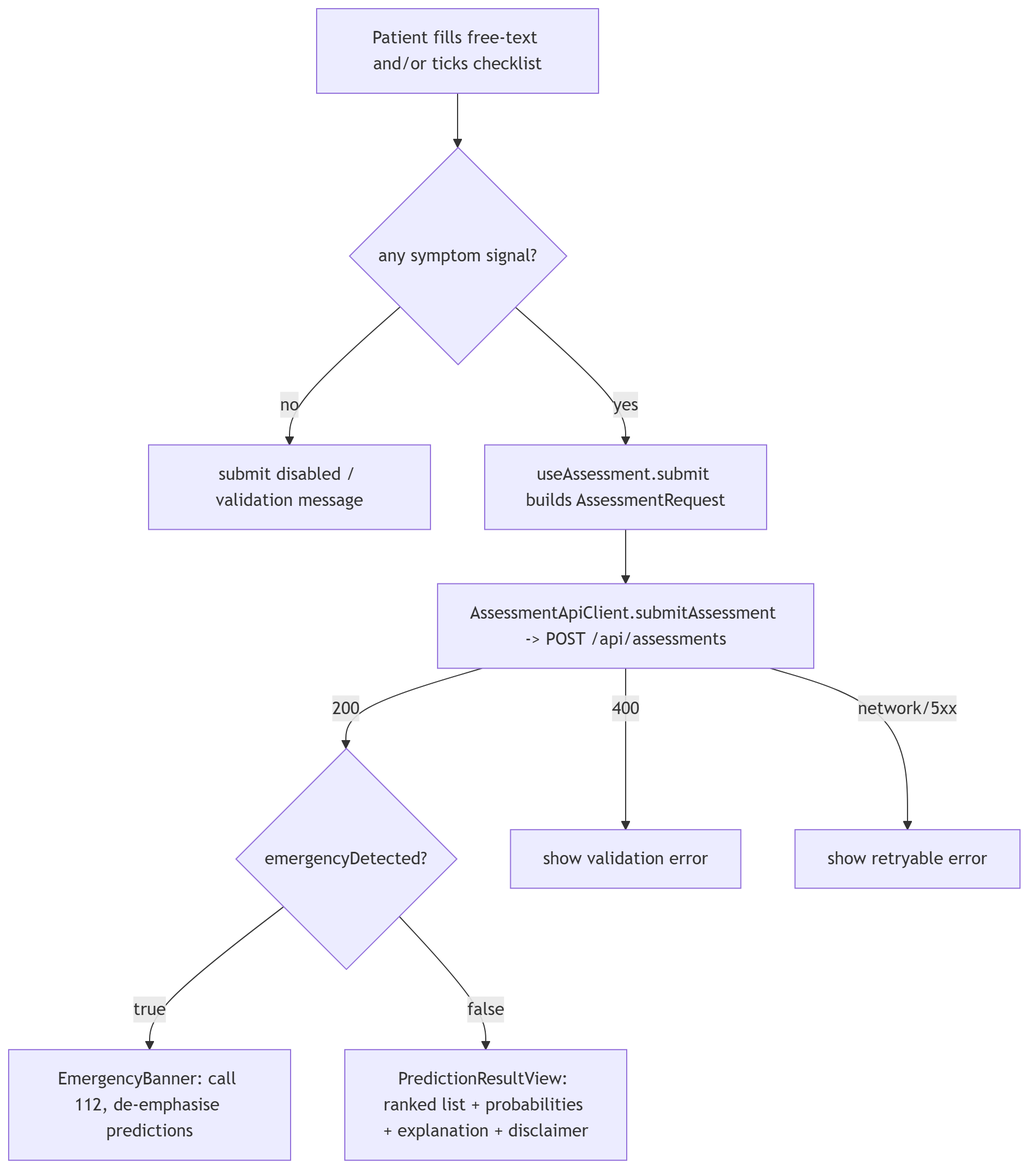
Earlier version of the Mermaid export docs/mdd/iteration3/assessment_feature_flow.png (Disease-Prediction-ASET26/disease-prediction-docs). Its source is kept beside it as docs/mdd/iteration3/assessment_feature_flow.mmd.
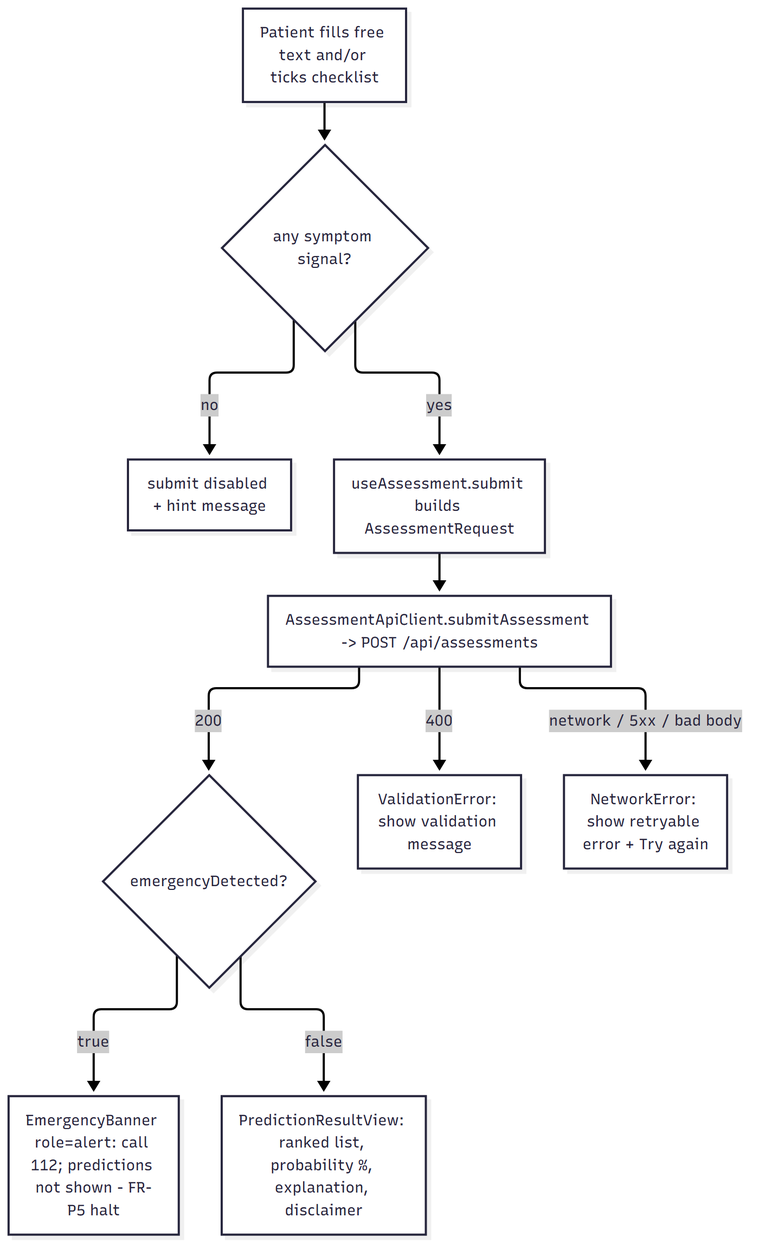
Above is the later version.

The edit, as a diff of the source:
```diff
@@ -1,10 +1,10 @@
 flowchart TD
-    A[Patient fills free-text and/or ticks checklist] --> B{any symptom signal?}
-    B -->|no| C[submit disabled / validation message]
+    A[Patient fills free text and/or ticks checklist] --> B{any symptom signal?}
+    B -->|no| C[submit disabled + hint message]
     B -->|yes| D[useAssessment.submit builds AssessmentRequest]
     D --> E[AssessmentApiClient.submitAssessment -> POST /api/assessments]
     E -->|200| F{emergencyDetected?}
-    E -->|400| G[show validation error]
-    E -->|network/5xx| H[show retryable error]
-    F -->|true| I[EmergencyBanner: call 112, de-emphasise predictions]
-    F -->|false| J[PredictionResultView: ranked list + probabilities + explanation + disclaimer]
+    E -->|400| G[ValidationError: show validation message]
+    E -->|network / 5xx / bad body| H[NetworkError: show retryable error + Try again]
+    F -->|true| I[EmergencyBanner role=alert: call 112; predictions not shown - FR-P5 halt]
+    F -->|false| J[PredictionResultView: ranked list, probability %, explanation, disclaimer]
```
